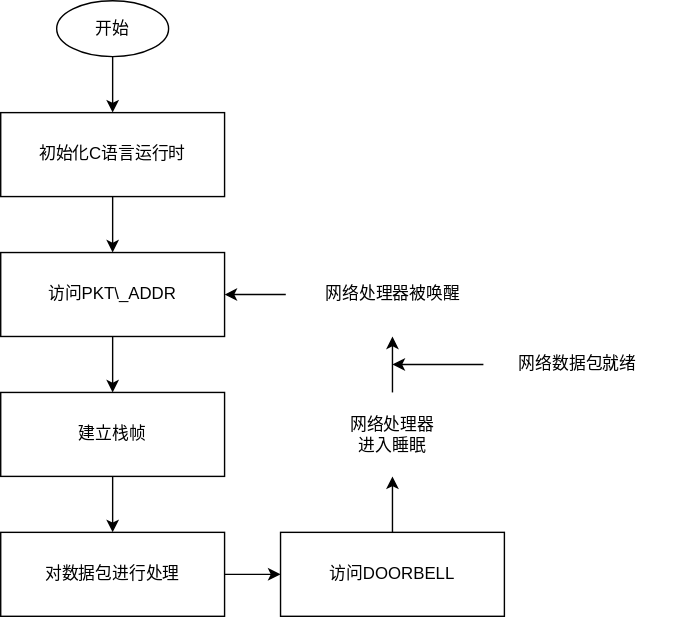
Before: images/impl_runtime.svg, a diagram exported from draw.io (retrhelo/bachelor-thesis). Source tidied: cells renumbered, new cells last; positions are measured from the earlier drawing's top-left corner, leaving out a move shared by most shapes. Source of this version:
```xml
<mxGraphModel>
  <root>
    <mxCell id="0" />
    <mxCell id="1" parent="0" />
    <mxCell id="2" value="开始" style="ellipse;whiteSpace=wrap;html=1;" parent="1" vertex="1">
      <mxGeometry x="40" width="80" height="40" as="geometry" />
    </mxCell>
    <mxCell id="3" value="初始化C语言运行时" style="rounded=0;whiteSpace=wrap;html=1;" parent="1" vertex="1">
      <mxGeometry y="80" width="160" height="60" as="geometry" />
    </mxCell>
    <mxCell id="4" value="&lt;div&gt;访问PKT\_ADDR&lt;/div&gt;" style="rounded=0;whiteSpace=wrap;html=1;" parent="1" vertex="1">
      <mxGeometry y="180" width="160" height="60" as="geometry" />
    </mxCell>
    <mxCell id="5" value="&lt;div&gt;建立栈帧&lt;br&gt;&lt;/div&gt;" style="rounded=0;whiteSpace=wrap;html=1;" parent="1" vertex="1">
      <mxGeometry y="280" width="160" height="60" as="geometry" />
    </mxCell>
    <mxCell id="6" value="对数据包进行处理" style="rounded=0;whiteSpace=wrap;html=1;" parent="1" vertex="1">
      <mxGeometry y="380" width="160" height="60" as="geometry" />
    </mxCell>
    <mxCell id="7" value="访问DOORBELL" style="rounded=0;whiteSpace=wrap;html=1;" parent="1" vertex="1">
      <mxGeometry x="200" y="380" width="160" height="60" as="geometry" />
    </mxCell>
    <mxCell id="8" style="endArrow=classic;html=1;rounded=0;exitX=0.5;exitY=1;exitDx=0;exitDy=0;entryX=0.5;entryY=0;entryDx=0;entryDy=0;" parent="1" edge="1" source="2" target="3">
      <mxGeometry relative="1" as="geometry" />
    </mxCell>
    <mxCell id="9" style="endArrow=classic;html=1;rounded=0;exitX=0.5;exitY=1;exitDx=0;exitDy=0;entryX=0.5;entryY=0;entryDx=0;entryDy=0;" parent="1" edge="1" source="4" target="5">
      <mxGeometry relative="1" as="geometry" />
    </mxCell>
    <mxCell id="10" style="endArrow=classic;html=1;rounded=0;exitX=0.5;exitY=1;exitDx=0;exitDy=0;entryX=0.5;entryY=0;entryDx=0;entryDy=0;" parent="1" edge="1" source="5" target="6">
      <mxGeometry relative="1" as="geometry" />
    </mxCell>
    <mxCell id="11" style="endArrow=classic;html=1;rounded=0;exitX=0.5;exitY=1;exitDx=0;exitDy=0;entryX=0.5;entryY=0;entryDx=0;entryDy=0;" parent="1" edge="1" source="3" target="4">
      <mxGeometry relative="1" as="geometry" />
    </mxCell>
    <mxCell id="12" style="endArrow=classic;html=1;rounded=0;exitX=1;exitY=0.5;exitDx=0;exitDy=0;entryX=0;entryY=0.5;entryDx=0;entryDy=0;" parent="1" edge="1" source="6" target="7">
      <mxGeometry relative="1" as="geometry" />
    </mxCell>
    <mxCell id="13" value="&lt;div&gt;网络处理器&lt;/div&gt;&lt;div&gt;进入睡眠&lt;/div&gt;" style="text;html=1;strokeColor=none;fillColor=none;align=center;verticalAlign=middle;whiteSpace=wrap;rounded=0;" parent="1" vertex="1">
      <mxGeometry x="200" y="280" width="160" height="60" as="geometry" />
    </mxCell>
    <mxCell id="14" style="endArrow=classic;html=1;rounded=0;entryX=0.5;entryY=1;entryDx=0;entryDy=0;exitX=0.5;exitY=0;exitDx=0;exitDy=0;" parent="1" edge="1" source="7" target="13">
      <mxGeometry relative="1" as="geometry" />
    </mxCell>
    <mxCell id="15" value="&lt;div&gt;网络处理器被唤醒&lt;br&gt;&lt;/div&gt;" style="text;html=1;strokeColor=none;fillColor=none;align=center;verticalAlign=middle;whiteSpace=wrap;rounded=0;" parent="1" vertex="1">
      <mxGeometry x="203.8" y="180" width="152.5" height="60" as="geometry" />
    </mxCell>
    <mxCell id="16" style="endArrow=classic;html=1;rounded=0;entryX=0.5;entryY=1;entryDx=0;entryDy=0;exitX=0.5;exitY=0;exitDx=0;exitDy=0;" parent="1" edge="1" source="13" target="15">
      <mxGeometry relative="1" as="geometry" />
    </mxCell>
    <mxCell id="17" style="endArrow=classic;html=1;rounded=0;entryX=1;entryY=0.5;entryDx=0;entryDy=0;exitX=0;exitY=0.5;exitDx=0;exitDy=0;" parent="1" edge="1" source="15" target="4">
      <mxGeometry relative="1" as="geometry" />
    </mxCell>
    <mxCell id="18" style="endArrow=classic;html=1;rounded=0;exitX=0;exitY=0.5;exitDx=0;exitDy=0;" parent="1" edge="1" source="19">
      <mxGeometry relative="1" as="geometry">
        <mxPoint x="280" y="260" as="targetPoint" />
      </mxGeometry>
    </mxCell>
    <mxCell id="19" value="网络数据包就绪" style="text;html=1;strokeColor=none;fillColor=none;align=center;verticalAlign=middle;whiteSpace=wrap;rounded=0;" parent="1" vertex="1">
      <mxGeometry x="345" y="230" width="135" height="60" as="geometry" />
    </mxCell>
  </root>
</mxGraphModel>
```
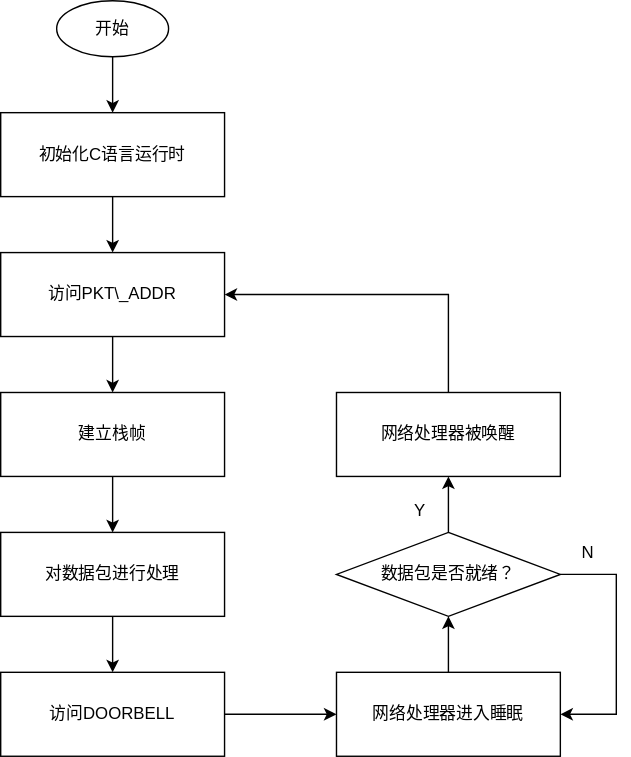
Above is the later version.

Commit message:
tmp: to be rebased

The edit, as a diff of the source:
```diff
@@ -18,7 +18,7 @@
       <mxGeometry y="380" width="160" height="60" as="geometry" />
     </mxCell>
     <mxCell id="7" value="访问DOORBELL" style="rounded=0;whiteSpace=wrap;html=1;" parent="1" vertex="1">
-      <mxGeometry x="200" y="380" width="160" height="60" as="geometry" />
+      <mxGeometry y="480" width="160" height="60" as="geometry" />
     </mxCell>
     <mxCell id="8" style="endArrow=classic;html=1;rounded=0;exitX=0.5;exitY=1;exitDx=0;exitDy=0;entryX=0.5;entryY=0;entryDx=0;entryDy=0;" parent="1" edge="1" source="2" target="3">
       <mxGeometry relative="1" as="geometry" />
@@ -32,31 +32,49 @@
     <mxCell id="11" style="endArrow=classic;html=1;rounded=0;exitX=0.5;exitY=1;exitDx=0;exitDy=0;entryX=0.5;entryY=0;entryDx=0;entryDy=0;" parent="1" edge="1" source="3" target="4">
       <mxGeometry relative="1" as="geometry" />
     </mxCell>
-    <mxCell id="12" style="endArrow=classic;html=1;rounded=0;exitX=1;exitY=0.5;exitDx=0;exitDy=0;entryX=0;entryY=0.5;entryDx=0;entryDy=0;" parent="1" edge="1" source="6" target="7">
+    <mxCell id="12" style="endArrow=classic;html=1;rounded=0;exitX=0.5;exitY=1;exitDx=0;exitDy=0;entryX=0.5;entryY=0;entryDx=0;entryDy=0;" parent="1" edge="1" source="6" target="7">
       <mxGeometry relative="1" as="geometry" />
     </mxCell>
-    <mxCell id="13" value="&lt;div&gt;网络处理器&lt;/div&gt;&lt;div&gt;进入睡眠&lt;/div&gt;" style="text;html=1;strokeColor=none;fillColor=none;align=center;verticalAlign=middle;whiteSpace=wrap;rounded=0;" parent="1" vertex="1">
-      <mxGeometry x="200" y="280" width="160" height="60" as="geometry" />
-    </mxCell>
-    <mxCell id="14" style="endArrow=classic;html=1;rounded=0;entryX=0.5;entryY=1;entryDx=0;entryDy=0;exitX=0.5;exitY=0;exitDx=0;exitDy=0;" parent="1" edge="1" source="7" target="13">
-      <mxGeometry relative="1" as="geometry" />
+    <mxCell id="14" style="endArrow=classic;html=1;rounded=0;exitX=1;exitY=0.5;exitDx=0;exitDy=0;" parent="1" edge="1" source="7">
+      <mxGeometry relative="1" as="geometry">
+        <mxPoint x="240" y="510" as="targetPoint" />
+      </mxGeometry>
     </mxCell>
+    <mxCell id="16" style="endArrow=classic;html=1;rounded=0;entryX=0.5;entryY=1;entryDx=0;entryDy=0;exitX=0.5;exitY=0;exitDx=0;exitDy=0;" parent="1" edge="1" source="20" target="21">
+      <mxGeometry relative="1" as="geometry" />
+    </mxCell>
+    <mxCell id="20" value="网络处理器进入睡眠" style="rounded=0;whiteSpace=wrap;html=1;" parent="1" vertex="1">
+      <mxGeometry x="240" y="480" width="160" height="60" as="geometry" />
+    </mxCell>
+    <mxCell id="21" value="数据包是否就绪？" style="rhombus;whiteSpace=wrap;html=1;" parent="1" vertex="1">
+      <mxGeometry x="240" y="380" width="160" height="60" as="geometry" />
+    </mxCell>
+    <mxCell id="22" style="endArrow=classic;html=1;rounded=0;exitX=1;exitY=0.5;exitDx=0;exitDy=0;entryX=1;entryY=0.5;entryDx=0;entryDy=0;" parent="1" edge="1" source="21" target="20">
+      <mxGeometry relative="1" as="geometry">
+        <Array as="points">
+          <mxPoint x="440" y="410" />
+          <mxPoint x="440" y="510" />
+        </Array>
+      </mxGeometry>
+    </mxCell>
+    <mxCell id="23" value="N" style="text;html=1;strokeColor=none;fillColor=none;align=center;verticalAlign=middle;whiteSpace=wrap;rounded=0;" parent="1" vertex="1">
+      <mxGeometry x="390" y="380" width="60" height="30" as="geometry" />
+    </mxCell>
-    <mxCell id="15" value="&lt;div&gt;网络处理器被唤醒&lt;br&gt;&lt;/div&gt;" style="text;html=1;strokeColor=none;fillColor=none;align=center;verticalAlign=middle;whiteSpace=wrap;rounded=0;" parent="1" vertex="1">
-      <mxGeometry x="203.8" y="180" width="152.5" height="60" as="geometry" />
+    <mxCell id="15" value="网络处理器被唤醒" style="rounded=0;whiteSpace=wrap;html=1;" parent="1" vertex="1">
+      <mxGeometry x="240" y="280" width="160" height="60" as="geometry" />
     </mxCell>
-    <mxCell id="16" style="endArrow=classic;html=1;rounded=0;entryX=0.5;entryY=1;entryDx=0;entryDy=0;exitX=0.5;exitY=0;exitDx=0;exitDy=0;" parent="1" edge="1" source="13" target="15">
-      <mxGeometry relative="1" as="geometry" />
-    </mxCell>
+    <mxCell id="24" style="endArrow=classic;html=1;rounded=0;entryX=0.5;entryY=1;entryDx=0;entryDy=0;exitX=0.5;exitY=0;exitDx=0;exitDy=0;" parent="1" edge="1" source="21" target="15">
+      <mxGeometry relative="1" as="geometry" />
+    </mxCell>
-    <mxCell id="17" style="endArrow=classic;html=1;rounded=0;entryX=1;entryY=0.5;entryDx=0;entryDy=0;exitX=0;exitY=0.5;exitDx=0;exitDy=0;" parent="1" edge="1" source="15" target="4">
-      <mxGeometry relative="1" as="geometry" />
+    <mxCell id="17" style="endArrow=classic;html=1;rounded=0;entryX=1;entryY=0.5;entryDx=0;entryDy=0;exitX=0.5;exitY=0;exitDx=0;exitDy=0;" parent="1" edge="1" source="15" target="4">
+      <mxGeometry relative="1" as="geometry">
+        <Array as="points">
+          <mxPoint x="320" y="210" />
+        </Array>
+      </mxGeometry>
     </mxCell>
-    <mxCell id="18" style="endArrow=classic;html=1;rounded=0;exitX=0;exitY=0.5;exitDx=0;exitDy=0;" parent="1" edge="1" source="19">
-      <mxGeometry relative="1" as="geometry">
-        <mxPoint x="280" y="260" as="targetPoint" />
-      </mxGeometry>
-    </mxCell>
-    <mxCell id="19" value="网络数据包就绪" style="text;html=1;strokeColor=none;fillColor=none;align=center;verticalAlign=middle;whiteSpace=wrap;rounded=0;" parent="1" vertex="1">
-      <mxGeometry x="345" y="230" width="135" height="60" as="geometry" />
-    </mxCell>
+    <mxCell id="25" value="Y" style="text;html=1;strokeColor=none;fillColor=none;align=center;verticalAlign=middle;whiteSpace=wrap;rounded=0;" parent="1" vertex="1">
+      <mxGeometry x="280" y="350" width="40" height="30" as="geometry" />
+    </mxCell>
   </root>
 </mxGraphModel>
```
